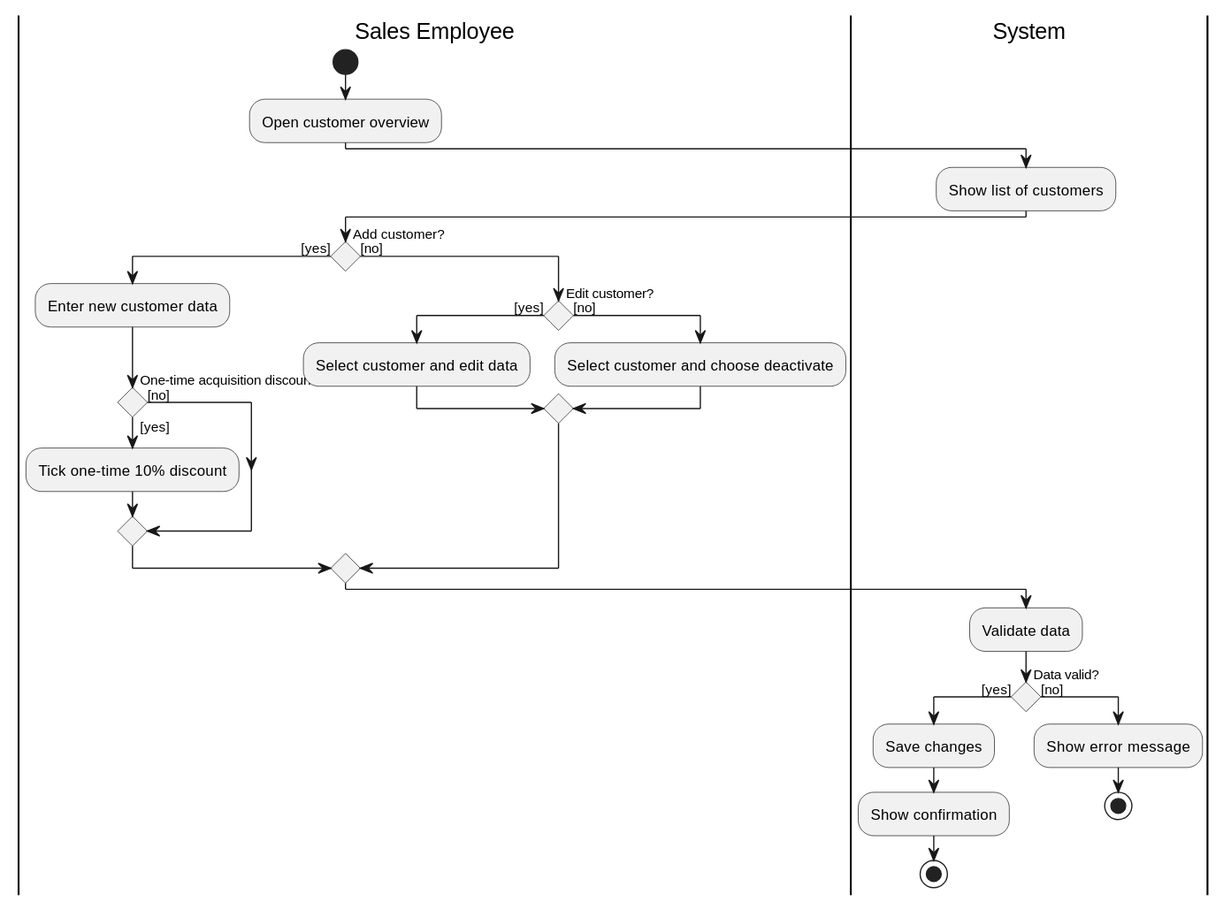
Above: Documentation/Architecture/uml/export/activity_diagrams/AD07_Manage_customer_data.svg in ViktorQorri/Project-Timaflu (PlantUML), before the change. The source it was exported from:
```plantuml
@startuml
skinparam conditionStyle diamond
skinparam ConditionEndStyle diamond
skinparam ActivityDiamondFontSize 11
|Sales Employee|
start
:Open customer overview;
|System|
:Show list of customers;
|Sales Employee|
if (Add customer?) then ([yes])
  :Enter new customer data;
  if (One-time acquisition discount?) then ([yes])
    :Tick one-time 10% discount;
  else ([no])
  endif
else ([no])
  if (Edit customer?) then ([yes])
    :Select customer and edit data;
  else ([no])
    :Select customer and choose deactivate;
  endif
endif
|System|
:Validate data;
if (Data valid?) then ([yes])
  :Save changes;
  :Show confirmation;
  stop
else ([no])
  :Show error message;
  stop
endif
@enduml
```
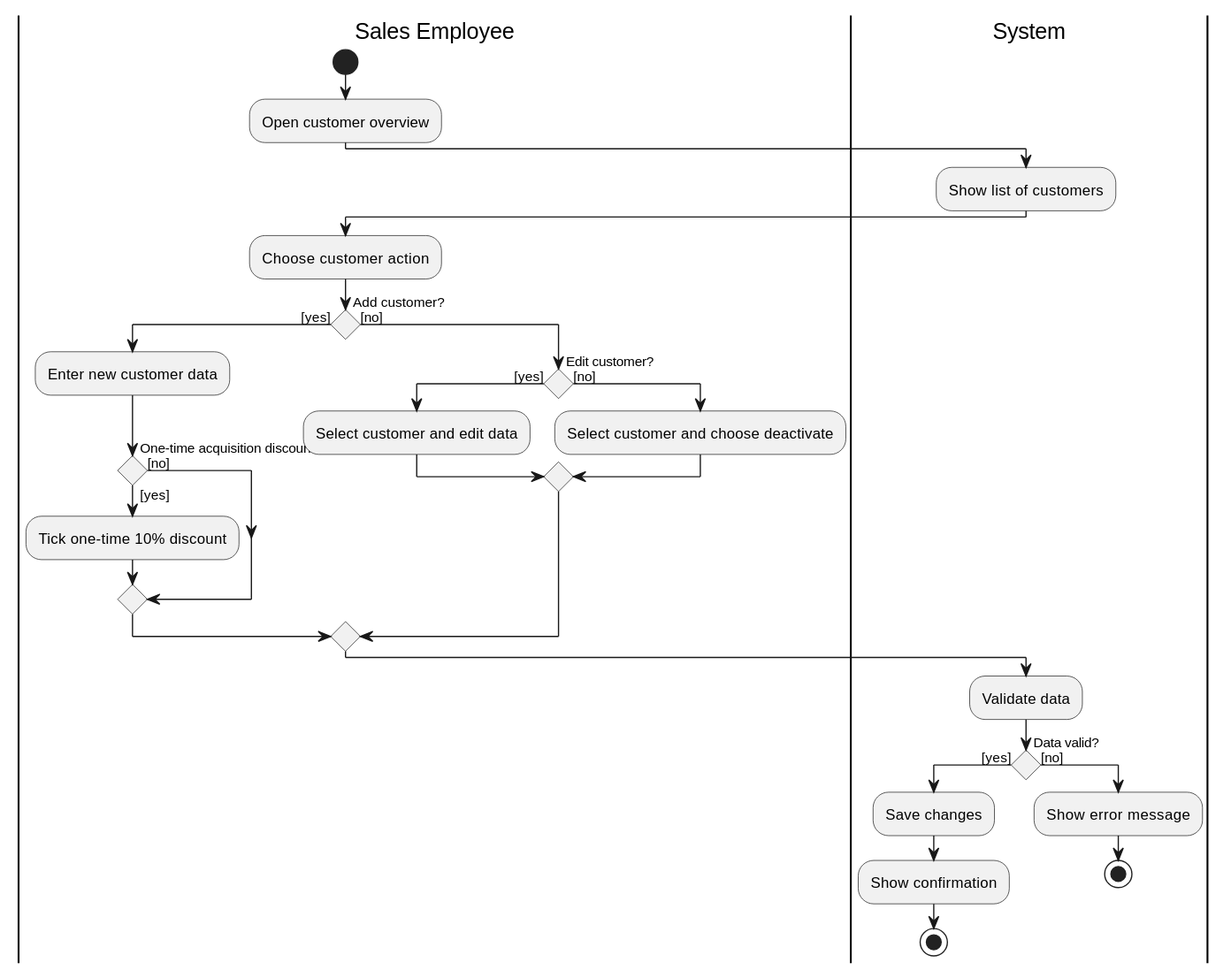
The same file after the commit.

The edit, as a diff of the source:
```diff
@@ -8,6 +8,7 @@
 |System|
 :Show list of customers;
 |Sales Employee|
+:Choose customer action;
 if (Add customer?) then ([yes])
   :Enter new customer data;
   if (One-time acquisition discount?) then ([yes])
```
